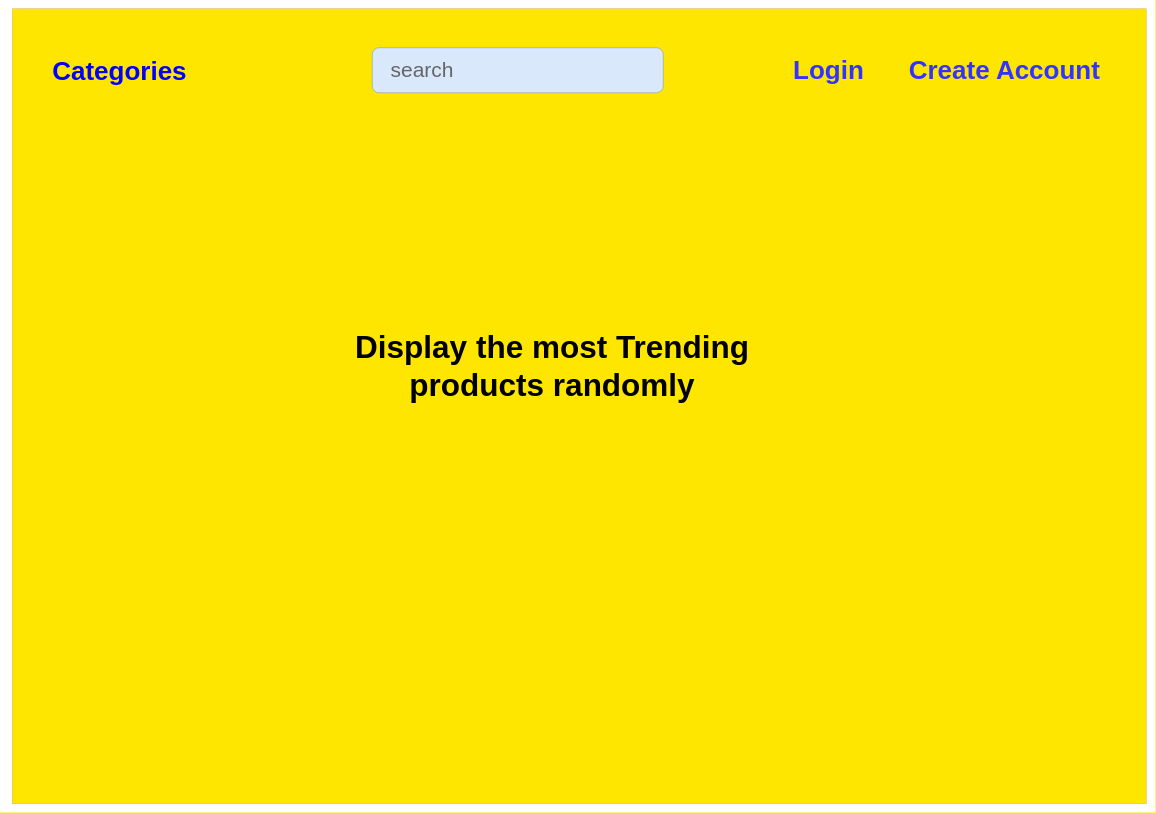
This is page "Main Interface" (1 of 5) of src/Market System Design.drawio from Ahmed-Ragy-3/MARKET_SYSTEM_repo, a draw.io file, before an edit. Source tidied: cells renumbered, new cells numbered last; positions are measured from the earlier drawing's top-left corner, leaving out a move shared by most shapes. Both pictures are drawn from the tidied source at 50%, with x=0, y=0 at pixel (12, 8).
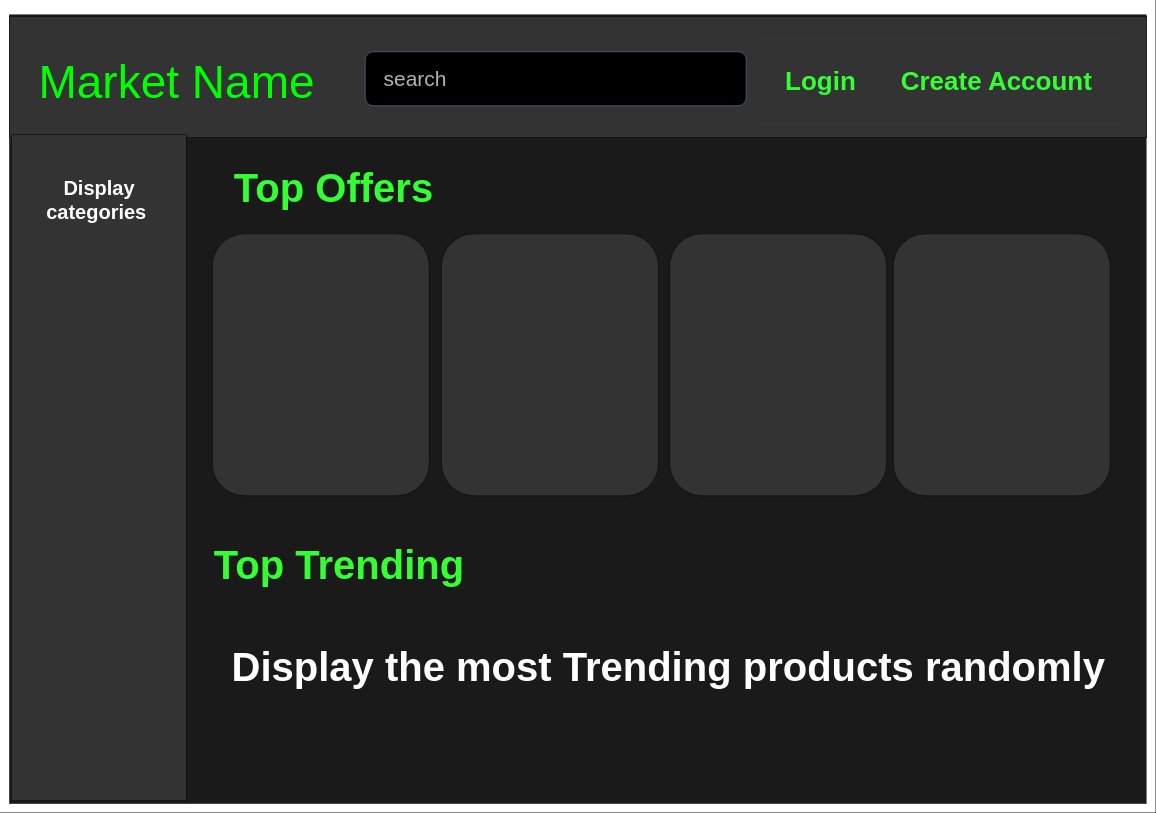
Above is the later version.

Diff of the diagram source:
```diff
@@
 <mxGraphModel>
   <root>
     <mxCell id="0" />
     <mxCell id="1" parent="0" />
-    <mxCell id="2" style="rounded=0;whiteSpace=wrap;html=1;fillColor=#FFE600;strokeColor=#d6b656;" parent="1" vertex="1">
-      <mxGeometry width="2268" height="1590" as="geometry" />
+    <mxCell id="2" style="rounded=0;whiteSpace=wrap;html=1;fillColor=#1A1A1A;strokeColor=#36393d;" parent="1" vertex="1">
+      <mxGeometry x="-6" y="12" width="2274" height="1578" as="geometry" />
     </mxCell>
-    <mxCell id="3" value="&lt;font style=&quot;font-size: 52px;&quot;&gt;&lt;b&gt;&lt;font color=&quot;#0000ff&quot;&gt;Categories&lt;/font&gt;&amp;nbsp;&lt;/b&gt;&lt;/font&gt;" style="text;html=1;align=center;verticalAlign=middle;whiteSpace=wrap;rounded=0;" parent="1" vertex="1">
-      <mxGeometry x="57" y="50" width="330" height="150" as="geometry" />
-    </mxCell>
-    <mxCell id="4" value="&lt;font style=&quot;font-size: 63px;&quot;&gt;&lt;b&gt;Display the most Trending products randomly&lt;/b&gt;&lt;/font&gt;" style="text;html=1;align=center;verticalAlign=middle;whiteSpace=wrap;rounded=0;" parent="1" vertex="1">
-      <mxGeometry x="660" y="588" width="840" height="252" as="geometry" />
+    <mxCell id="4" value="&lt;font color=&quot;#ffffff&quot; size=&quot;1&quot; style=&quot;&quot;&gt;&lt;b style=&quot;font-size: 80px;&quot;&gt;Display the most Trending products randomly&lt;/b&gt;&lt;/font&gt;" style="text;html=1;align=center;verticalAlign=middle;whiteSpace=wrap;rounded=0;" parent="1" vertex="1">
+      <mxGeometry x="384" y="1188" width="1857" height="258" as="geometry" />
     </mxCell>
+    <mxCell id="7" style="rounded=0;whiteSpace=wrap;html=1;fillColor=#333333;" parent="1" vertex="1">
+      <mxGeometry x="-6" y="15" width="2275" height="243" as="geometry" />
+    </mxCell>
-    <mxCell id="5" value="&lt;span style=&quot;font-size: 52px;&quot;&gt;&lt;b&gt;&lt;font color=&quot;#3333ff&quot;&gt;Login&lt;span style=&quot;white-space: pre;&quot;&gt;&#9;&lt;/span&gt;Create Account&lt;/font&gt;&lt;/b&gt;&lt;/span&gt;" style="text;html=1;align=center;verticalAlign=middle;whiteSpace=wrap;rounded=0;" parent="1" vertex="1">
-      <mxGeometry x="1506" y="36" width="726" height="172" as="geometry" />
+    <mxCell id="5" value="&lt;span style=&quot;font-size: 52px;&quot;&gt;&lt;b&gt;&lt;font color=&quot;#33ff33&quot;&gt;Login&lt;span style=&quot;white-space: pre;&quot;&gt;&#9;&lt;/span&gt;Create Account&lt;/font&gt;&lt;/b&gt;&lt;/span&gt;" style="text;html=1;align=center;verticalAlign=middle;whiteSpace=wrap;rounded=0;fillColor=none;strokeColor=#36393d;" parent="1" vertex="1">
+      <mxGeometry x="1490" y="59" width="726" height="172" as="geometry" />
     </mxCell>
-    <mxCell id="6" value="&lt;font color=&quot;#666666&quot; style=&quot;font-size: 42px;&quot;&gt;&amp;nbsp; &amp;nbsp;search&lt;/font&gt;" style="rounded=1;whiteSpace=wrap;html=1;align=left;fillColor=#dae8fc;strokeColor=#6c8ebf;" parent="1" vertex="1">
-      <mxGeometry x="720" y="78" width="582" height="90" as="geometry" />
+    <mxCell id="6" value="&lt;font color=&quot;#b3b3b3&quot; style=&quot;font-size: 42px;&quot;&gt;&amp;nbsp; &amp;nbsp;search&lt;/font&gt;" style="rounded=1;whiteSpace=wrap;html=1;align=left;fillColor=#000000;strokeColor=#6c8ebf;" parent="1" vertex="1">
+      <mxGeometry x="706" y="86" width="762" height="108" as="geometry" />
     </mxCell>
+    <mxCell id="8" style="rounded=0;whiteSpace=wrap;html=1;fillColor=#333333;" parent="1" vertex="1">
+      <mxGeometry x="-2" y="252" width="350" height="1332" as="geometry" />
+    </mxCell>
+    <mxCell id="9" value="&lt;font color=&quot;#00ff00&quot; style=&quot;font-size: 92px;&quot;&gt;Market Name&lt;/font&gt;" style="text;html=1;align=center;verticalAlign=middle;whiteSpace=wrap;rounded=0;" parent="1" vertex="1">
+      <mxGeometry x="-7" y="20" width="672" height="252" as="geometry" />
+    </mxCell>
+    <mxCell id="10" value="&lt;font color=&quot;#33ff33&quot; size=&quot;1&quot; style=&quot;&quot;&gt;&lt;b style=&quot;font-size: 80px;&quot;&gt;Top Trending&lt;/b&gt;&lt;/font&gt;" style="text;html=1;align=center;verticalAlign=middle;whiteSpace=wrap;rounded=0;" parent="1" vertex="1">
+      <mxGeometry x="357" y="1011" width="594" height="204" as="geometry" />
+    </mxCell>
+    <mxCell id="11" value="&lt;font color=&quot;#ffffff&quot; size=&quot;1&quot; style=&quot;&quot;&gt;&lt;b style=&quot;font-size: 40px;&quot;&gt;Display categories&amp;nbsp;&lt;/b&gt;&lt;/font&gt;" style="text;html=1;align=center;verticalAlign=middle;whiteSpace=wrap;rounded=0;" parent="1" vertex="1">
+      <mxGeometry x="12" y="282" width="324" height="200" as="geometry" />
+    </mxCell>
+    <mxCell id="12" value="&lt;font color=&quot;#33ff33&quot; size=&quot;1&quot; style=&quot;&quot;&gt;&lt;b style=&quot;font-size: 80px;&quot;&gt;Top Offers&lt;/b&gt;&lt;/font&gt;" style="text;html=1;align=center;verticalAlign=middle;whiteSpace=wrap;rounded=0;" parent="1" vertex="1">
+      <mxGeometry x="346" y="256" width="594" height="204" as="geometry" />
+    </mxCell>
+    <mxCell id="13" style="rounded=1;whiteSpace=wrap;html=1;fillColor=#333333;" parent="1" vertex="1">
+      <mxGeometry x="400" y="450" width="434" height="524.1" as="geometry" />
+    </mxCell>
+    <mxCell id="14" style="rounded=1;whiteSpace=wrap;html=1;fillColor=#333333;" parent="1" vertex="1">
+      <mxGeometry x="858.4" y="450" width="434" height="524.1" as="geometry" />
+    </mxCell>
+    <mxCell id="15" style="rounded=1;whiteSpace=wrap;html=1;fillColor=#333333;" parent="1" vertex="1">
+      <mxGeometry x="1314.9" y="450" width="434" height="524.1" as="geometry" />
+    </mxCell>
+    <mxCell id="16" style="rounded=1;whiteSpace=wrap;html=1;fillColor=#333333;" parent="1" vertex="1">
+      <mxGeometry x="1762" y="450" width="434" height="524.1" as="geometry" />
+    </mxCell>
   </root>
 </mxGraphModel>
```
